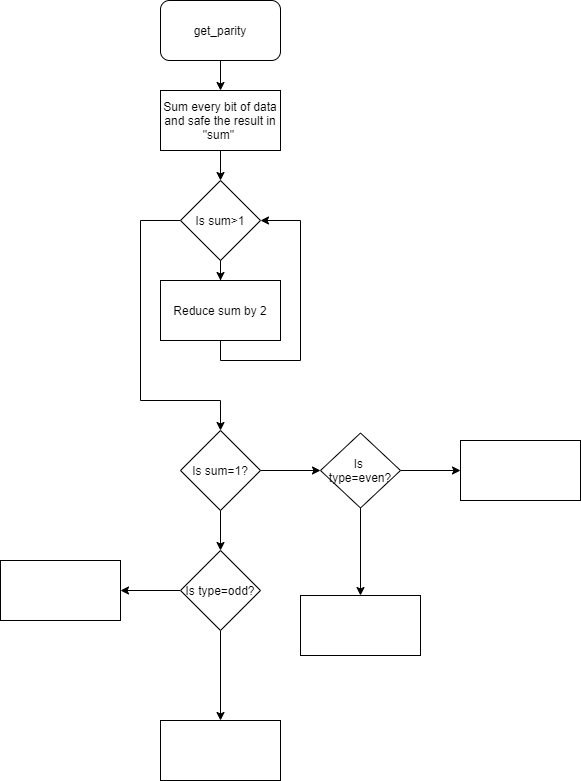
This is Labs/07-uart/get parity.png from UTAN25/Digital-electronics-2, a draw.io export, as it was before one commit. Source tidied: cells renumbered, new cells last; positions are measured from the earlier drawing's top-left corner, leaving out a move shared by most shapes.
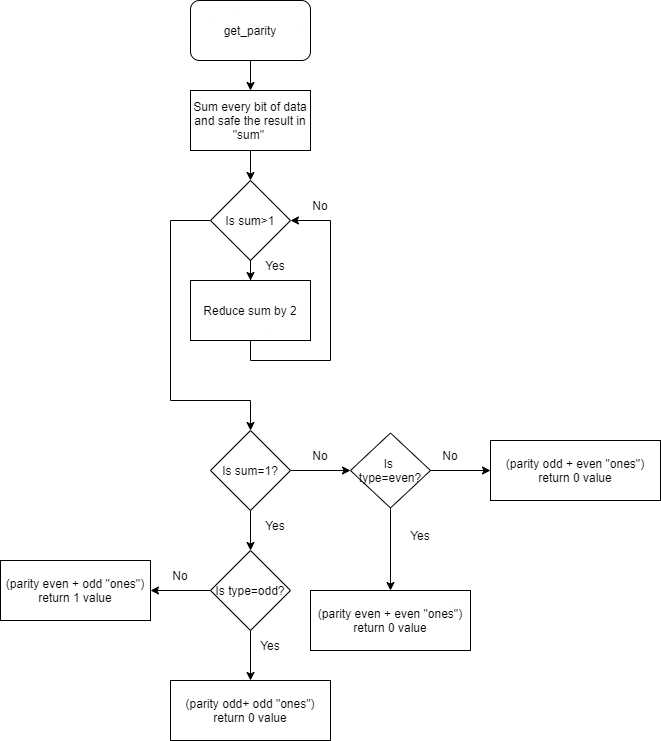
Later version of the same file.

What changed in the source:
```diff
@@ -68,17 +68,41 @@
     <mxCell id="19" value="Is &lt;br&gt;type=even?" style="rhombus;whiteSpace=wrap;html=1;" parent="1" vertex="1">
       <mxGeometry x="320" y="432.5" width="80" height="75" as="geometry" />
     </mxCell>
-    <mxCell id="20" style="whiteSpace=wrap;html=1;" parent="1" vertex="1">
-      <mxGeometry y="560" width="120" height="60" as="geometry" />
+    <mxCell id="20" value="&lt;span&gt;(parity even + odd &quot;ones&quot;)&lt;/span&gt;&lt;br&gt;&lt;span&gt;return 1 value&lt;/span&gt;" style="whiteSpace=wrap;html=1;" parent="1" vertex="1">
+      <mxGeometry x="-30" y="560" width="150" height="60" as="geometry" />
     </mxCell>
-    <mxCell id="21" style="whiteSpace=wrap;html=1;" parent="1" vertex="1">
-      <mxGeometry x="160" y="720" width="120" height="60" as="geometry" />
+    <mxCell id="21" value="&lt;span&gt;(parity odd+ odd &quot;ones&quot;)&lt;/span&gt;&lt;br&gt;&lt;span&gt;return 0 value&lt;/span&gt;" style="whiteSpace=wrap;html=1;" parent="1" vertex="1">
+      <mxGeometry x="140" y="680" width="160" height="60" as="geometry" />
     </mxCell>
-    <mxCell id="22" style="whiteSpace=wrap;html=1;" parent="1" vertex="1">
-      <mxGeometry x="300" y="595" width="120" height="60" as="geometry" />
+    <mxCell id="22" value="(parity even + even &quot;ones&quot;)&lt;br&gt;return 0 value" style="whiteSpace=wrap;html=1;" parent="1" vertex="1">
+      <mxGeometry x="280" y="590" width="160" height="60" as="geometry" />
     </mxCell>
-    <mxCell id="23" style="whiteSpace=wrap;html=1;" parent="1" vertex="1">
-      <mxGeometry x="460" y="440" width="120" height="60" as="geometry" />
+    <mxCell id="23" value="&lt;span&gt;(parity odd + even &quot;ones&quot;)&lt;/span&gt;&lt;br&gt;&lt;span&gt;return 0 value&lt;/span&gt;" style="whiteSpace=wrap;html=1;" parent="1" vertex="1">
+      <mxGeometry x="460" y="440" width="170" height="60" as="geometry" />
     </mxCell>
+    <mxCell id="24" value="Yes" style="text;html=1;strokeColor=none;fillColor=none;align=center;verticalAlign=middle;whiteSpace=wrap;rounded=0;" parent="1" vertex="1">
+      <mxGeometry x="215" y="250" width="60" height="30" as="geometry" />
+    </mxCell>
+    <mxCell id="25" value="No" style="text;html=1;strokeColor=none;fillColor=none;align=center;verticalAlign=middle;whiteSpace=wrap;rounded=0;" parent="1" vertex="1">
+      <mxGeometry x="260" y="190" width="60" height="30" as="geometry" />
+    </mxCell>
+    <mxCell id="26" value="Yes" style="text;html=1;strokeColor=none;fillColor=none;align=center;verticalAlign=middle;whiteSpace=wrap;rounded=0;" parent="1" vertex="1">
+      <mxGeometry x="215" y="510" width="60" height="30" as="geometry" />
+    </mxCell>
+    <mxCell id="27" value="Yes" style="text;html=1;strokeColor=none;fillColor=none;align=center;verticalAlign=middle;whiteSpace=wrap;rounded=0;" parent="1" vertex="1">
+      <mxGeometry x="360" y="520" width="60" height="30" as="geometry" />
+    </mxCell>
+    <mxCell id="28" value="No" style="text;html=1;strokeColor=none;fillColor=none;align=center;verticalAlign=middle;whiteSpace=wrap;rounded=0;" parent="1" vertex="1">
+      <mxGeometry x="260" y="440" width="60" height="30" as="geometry" />
+    </mxCell>
+    <mxCell id="29" value="No" style="text;html=1;strokeColor=none;fillColor=none;align=center;verticalAlign=middle;whiteSpace=wrap;rounded=0;" parent="1" vertex="1">
+      <mxGeometry x="120" y="560" width="60" height="30" as="geometry" />
+    </mxCell>
+    <mxCell id="30" value="Yes" style="text;html=1;strokeColor=none;fillColor=none;align=center;verticalAlign=middle;whiteSpace=wrap;rounded=0;" parent="1" vertex="1">
+      <mxGeometry x="210" y="630" width="60" height="30" as="geometry" />
+    </mxCell>
+    <mxCell id="31" value="No" style="text;html=1;strokeColor=none;fillColor=none;align=center;verticalAlign=middle;whiteSpace=wrap;rounded=0;" parent="1" vertex="1">
+      <mxGeometry x="390" y="440" width="60" height="30" as="geometry" />
+    </mxCell>
   </root>
 </mxGraphModel>
```
